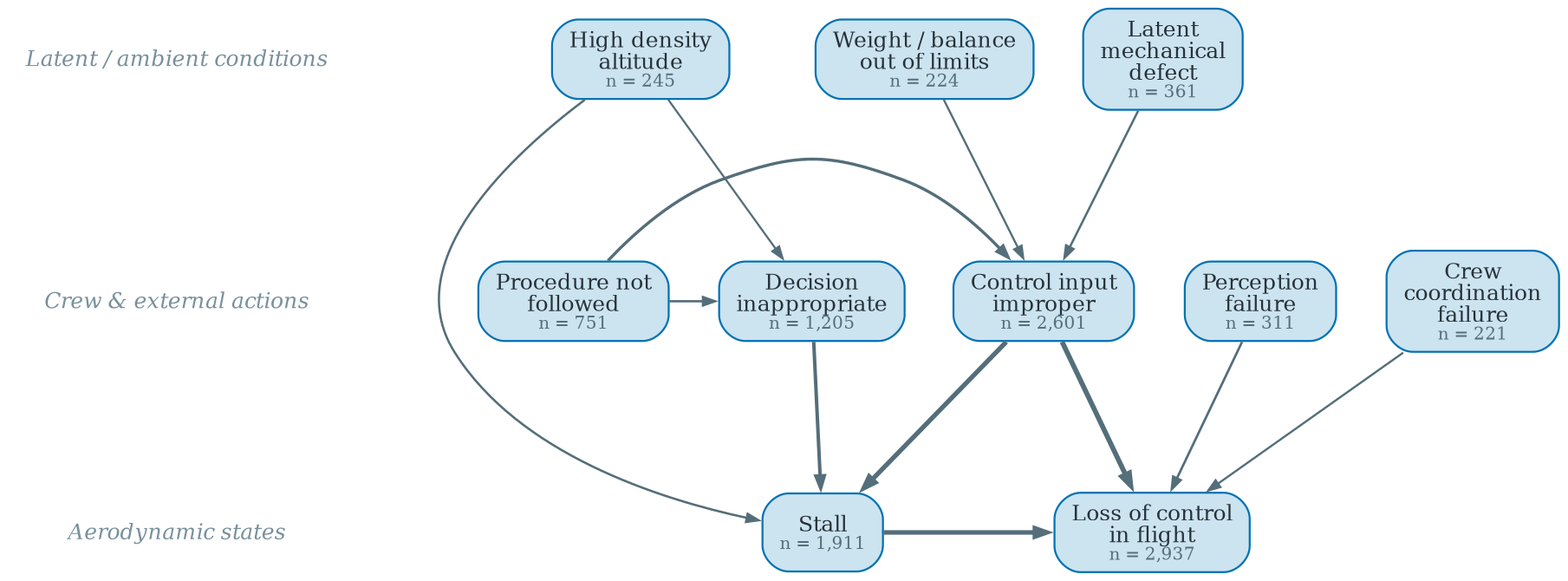
The Graphviz diagram event_extraction/out/causation_kg/figures/dag_LOC-I_top.png in YutianPangASU/AviationSafetyReportKnowledgeGraph, before a commit. Its source is kept beside it as event_extraction/out/causation_kg/figures/dag_LOC-I_top.gv.
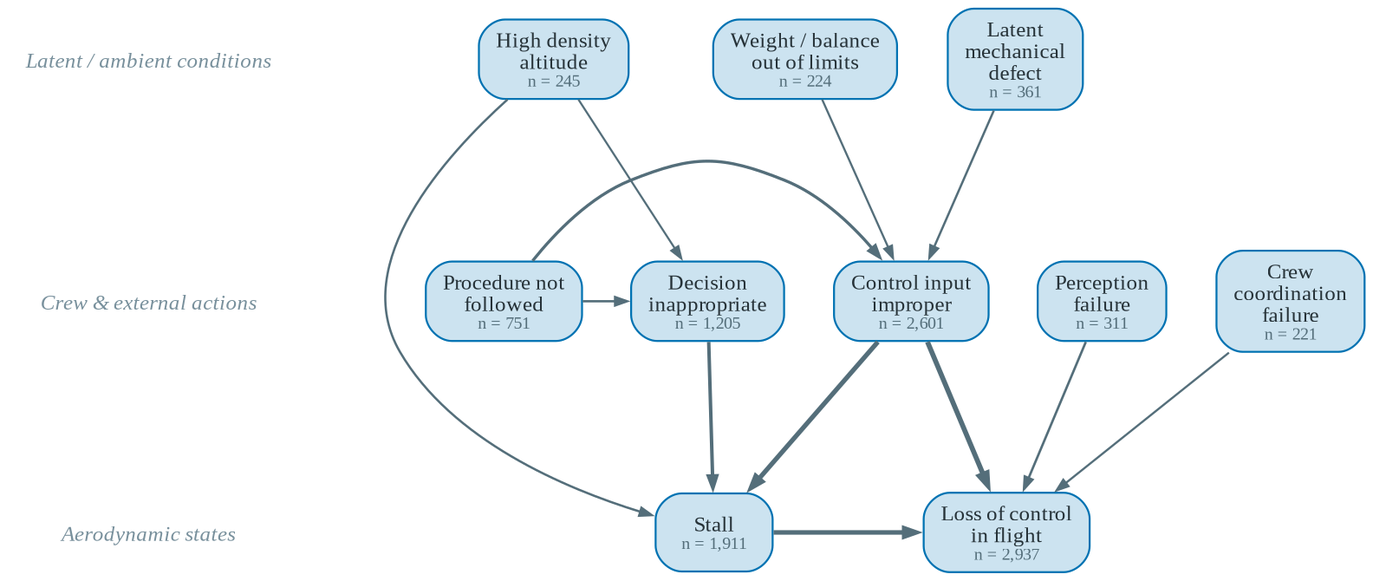
After the change.

The edit, as a diff of the source:
```diff
@@ -1,14 +1,14 @@
 digraph G {
   rankdir=TB; splines=spline; nodesep=0.32; ranksep=0.9;
   bgcolor="white";
-  node [shape=box, style="rounded,filled", fillcolor="#CCE3F0", color="#0072B2", penwidth=0.9, fontname="Times-Roman", fontsize=10, fontcolor="#263238", margin="0.11,0.06"];
-  edge [color="#546E7A", arrowsize=0.55, fontname="Times-Roman", fontsize=8, fontcolor="#546E7A"];
-  tier1 [shape=plaintext, style="", fillcolor=none, fontname="Times-Italic", fontsize=10, fontcolor="#78909C", label="Latent / ambient conditions"];
+  node [shape=box, style="rounded,filled", fillcolor="#CCE3F0", color="#0072B2", penwidth=0.9, fontname="Liberation Serif", fontsize=10, fontcolor="#263238", margin="0.11,0.06"];
+  edge [color="#546E7A", arrowsize=0.55, fontname="Liberation Serif", fontsize=8, fontcolor="#546E7A"];
+  tier1 [shape=plaintext, style="", fillcolor=none, fontname="Liberation Serif Italic", fontsize=10, fontcolor="#78909C", label="Latent / ambient conditions"];
   { rank=same; tier1; "LATENT_MECHANICAL_DEFECT" "AIRCRAFT_WEIGHT_OR_BALANCE_OUT_OF_LIMITS" "HIGH_DENSITY_ALTITUDE" }
-  tier3 [shape=plaintext, style="", fillcolor=none, fontname="Times-Italic", fontsize=10, fontcolor="#78909C", label="Crew & external actions"];
+  tier3 [shape=plaintext, style="", fillcolor=none, fontname="Liberation Serif Italic", fontsize=10, fontcolor="#78909C", label="Crew & external actions"];
   { rank=same; tier3; "DECISION_INAPPROPRIATE" "CONTROL_INPUT_IMPROPER" "PROCEDURE_NOT_FOLLOWED" "PERCEPTION_FAILURE" "CREW_COORDINATION_FAILURE" }
   tier1 -> tier3 [style=invis];
-  tier5 [shape=plaintext, style="", fillcolor=none, fontname="Times-Italic", fontsize=10, fontcolor="#78909C", label="Aerodynamic states"];
+  tier5 [shape=plaintext, style="", fillcolor=none, fontname="Liberation Serif Italic", fontsize=10, fontcolor="#78909C", label="Aerodynamic states"];
   { rank=same; tier5; "STALL" "LOSS_OF_CONTROL_INFLIGHT" }
   tier3 -> tier5 [style=invis];
   "AIRCRAFT_WEIGHT_OR_BALANCE_OUT_OF_LIMITS" [label=<Weight / balance<br/>out of limits<br/><font point-size="8" color="#546E7A">n = 224</font>>];
```
